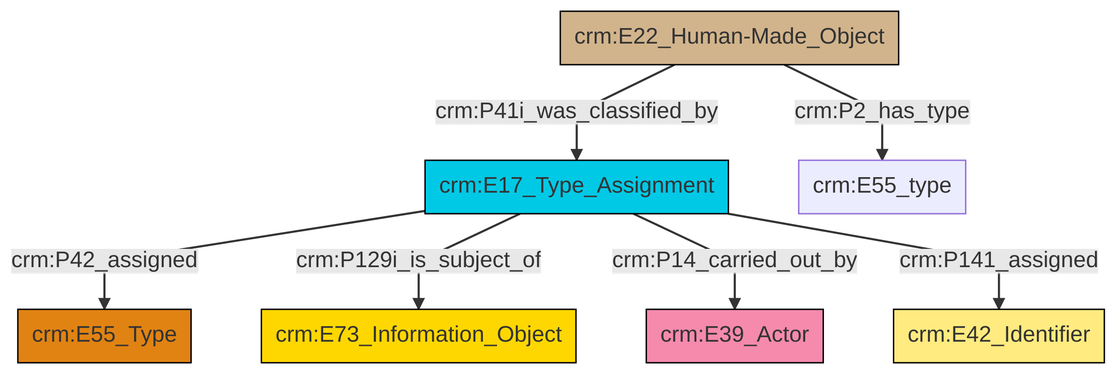
Before: et/builtWorkCSV/ttl/mmd/png/Built_Work_designation_status.png, a diagram exported from Mermaid (swiss-art-research-net/reference-data-models). Its source is kept beside it as et/builtWorkCSV/ttl/mmd/Built_Work_designation_status.ttl.mmd.
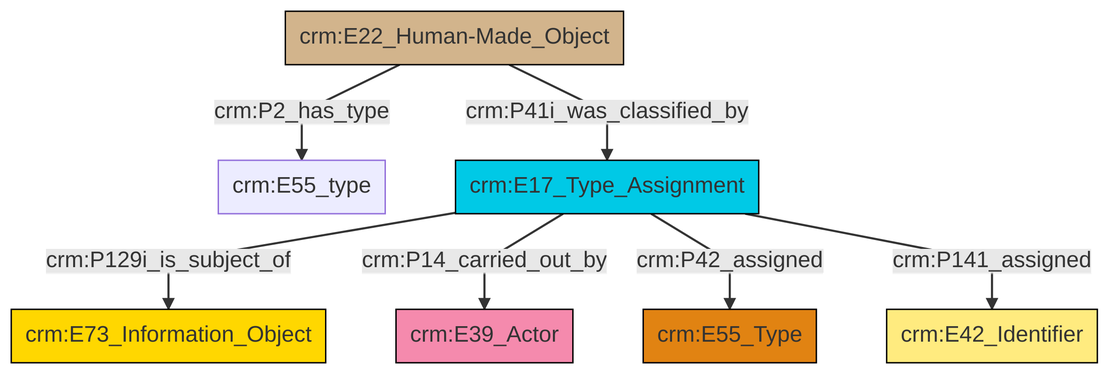
After the commit.

The edit, as a diff of the source:
```diff
@@ -13,9 +13,9 @@
 classDef PC_Classes fill:#4ce600, stroke:#000000;
 classDef Multi fill:#cccccc,stroke:#000000;
 
-2["crm:E17_Type_Assignment"]:::Temporal_Entity -->|crm:P42_assigned| 3["crm:E55_Type"]:::Type
-2["crm:E17_Type_Assignment"]:::Temporal_Entity -->|crm:P129i_is_subject_of| 4["crm:E73_Information_Object"]:::Conceptual_Object
-5["crm:E22_Human-Made_Object"]:::Physical_Thing -->|crm:P2_has_type| 6["crm:E55_type"]:::Default
-5["crm:E22_Human-Made_Object"]:::Physical_Thing -->|crm:P41i_was_classified_by| 2["crm:E17_Type_Assignment"]:::Temporal_Entity
-2["crm:E17_Type_Assignment"]:::Temporal_Entity -->|crm:P14_carried_out_by| 10["crm:E39_Actor"]:::Actor
-2["crm:E17_Type_Assignment"]:::Temporal_Entity -->|crm:P141_assigned| 0["crm:E42_Identifier"]:::Appellation
+8["crm:E22_Human-Made_Object"]:::Physical_Thing -->|crm:P41i_was_classified_by| 9["crm:E17_Type_Assignment"]:::Temporal_Entity
+8["crm:E22_Human-Made_Object"]:::Physical_Thing -->|crm:P2_has_type| 2["crm:E55_type"]:::Default
+9["crm:E17_Type_Assignment"]:::Temporal_Entity -->|crm:P129i_is_subject_of| 10["crm:E73_Information_Object"]:::Conceptual_Object
+9["crm:E17_Type_Assignment"]:::Temporal_Entity -->|crm:P14_carried_out_by| 0["crm:E39_Actor"]:::Actor
+9["crm:E17_Type_Assignment"]:::Temporal_Entity -->|crm:P42_assigned| 4["crm:E55_Type"]:::Type
+9["crm:E17_Type_Assignment"]:::Temporal_Entity -->|crm:P141_assigned| 6["crm:E42_Identifier"]:::Appellation
```
